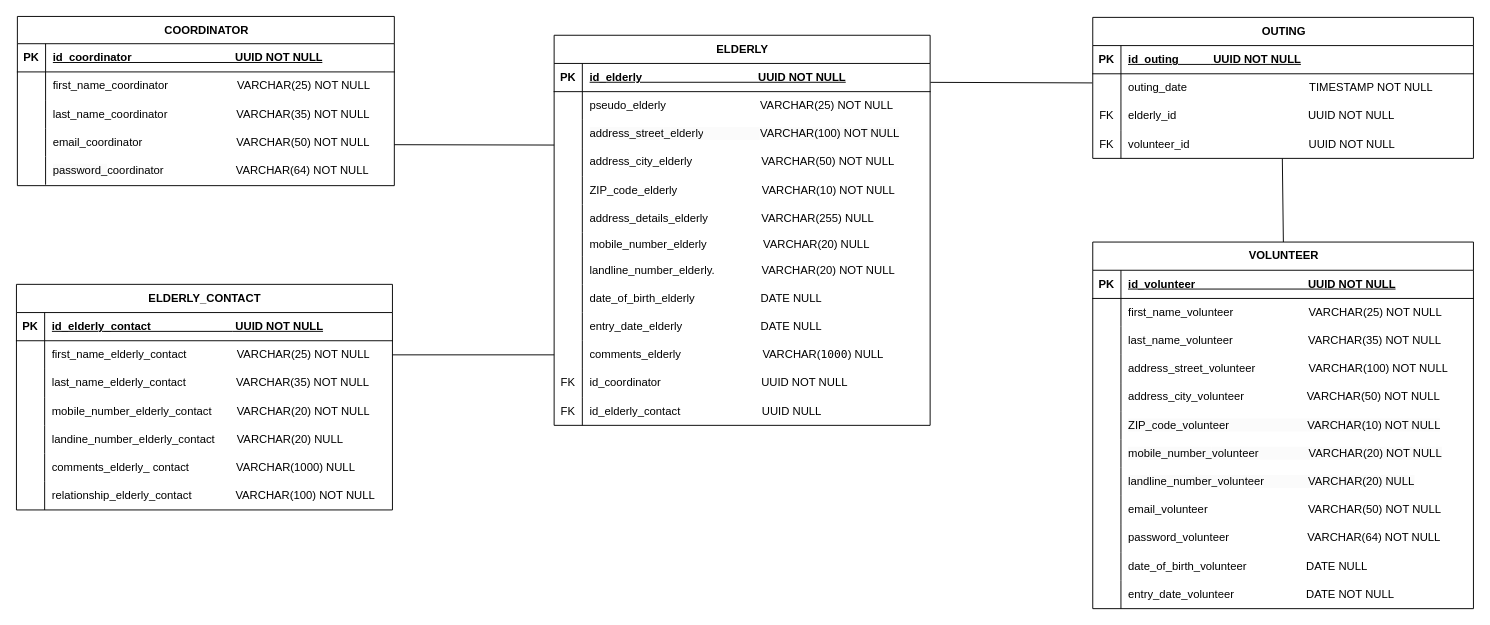
AnneGicquel/MCD_Marche_avec_Eliane keeps this draw.io diagram as page "MPD_MaE" (3 of 4) of MCD_MaE.drawio. Above is the earlier version. Source tidied: cells renumbered, new cells numbered last; positions are measured from the earlier drawing's top-left corner, leaving out a move shared by most shapes. Both pictures are drawn from the tidied source at 94%, with x=0, y=0 at pixel (16, 16).
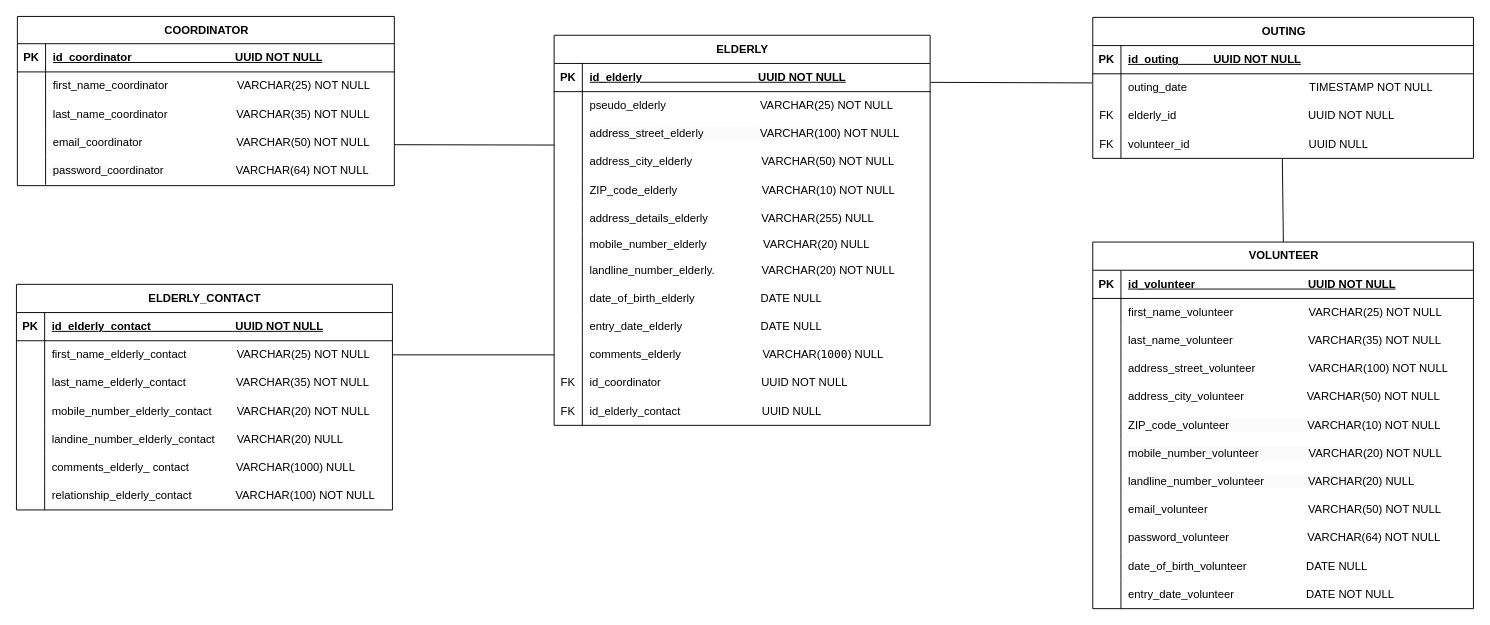
After the change.

Commit message:
Mettre à jour MCD_MaE.drawio

The change refers to these unchanged cells:
```xml
<mxCell id="12" style="shape=tableRow;horizontal=0;startSize=0;swimlaneHead=0;swimlaneBody=0;fillColor=none;points=[[0,0.5],[1,0.5]];portConstraint=eastwest;top=0;left=0;right=0;bottom=0;rounded=0;" parent="2" vertex="1">
  <mxGeometry y="120" width="405" height="30" as="geometry" />
</mxCell>
```

Change to the diagram source:
```diff
@@
-    <mxCell id="14" value="&lt;span style=&quot;white-space-collapse: preserve;&quot;&gt;volunteer_id                                      &lt;/span&gt;UUID &lt;span class=&quot;hljs-keyword&quot;&gt;NOT&lt;/span&gt; &lt;span class=&quot;hljs-keyword&quot;&gt;NULL&lt;/span&gt;" style="shape=partialRectangle;fillColor=none;top=0;left=0;bottom=0;right=0;align=left;spacingLeft=6;overflow=hidden;whiteSpace=wrap;html=1;rounded=0;" parent="12" vertex="1">
+    <mxCell id="14" value="&lt;span style=&quot;white-space-collapse: preserve;&quot;&gt;volunteer_id                                      &lt;/span&gt;UUID&amp;nbsp;&lt;span class=&quot;hljs-keyword&quot;&gt;NULL&lt;/span&gt;" style="shape=partialRectangle;fillColor=none;top=0;left=0;bottom=0;right=0;align=left;spacingLeft=6;overflow=hidden;whiteSpace=wrap;html=1;rounded=0;" parent="12" vertex="1">
       <mxGeometry x="30" width="375" height="30" as="geometry" />
     </mxCell>
```
